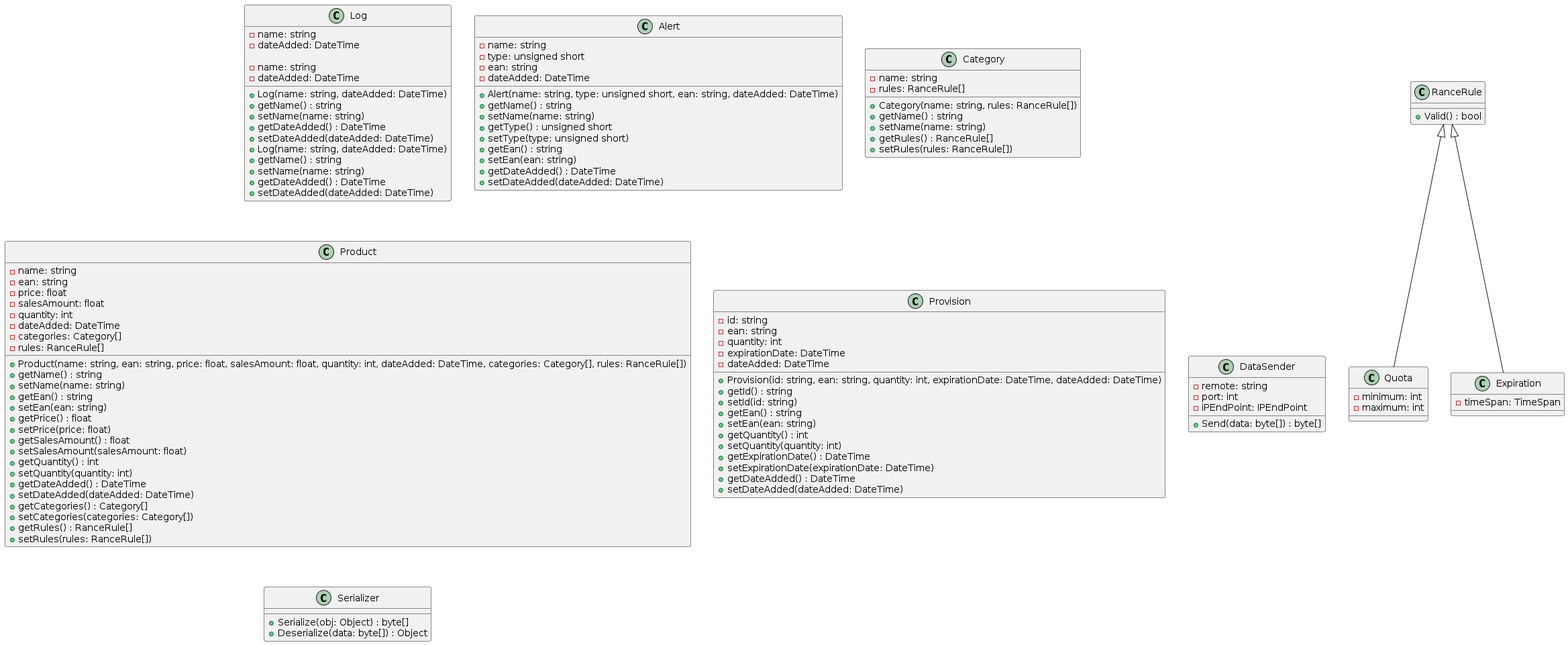
Maxime-Pages/RanceConnect keeps this PlantUML diagram as RanceConnect.png. Above is the earlier version. Its diagram source:
```plantuml
@startuml
class RanceRule {
    + Valid() : bool
}

class Quota {
    - minimum: int
    - maximum: int
}

class Expiration {
    - timeSpan: TimeSpan
}

class Log {
    - name: string
    - dateAdded: DateTime

    + Log(name: string, dateAdded: DateTime)
    + getName() : string
    + setName(name: string)
    + getDateAdded() : DateTime
    + setDateAdded(dateAdded: DateTime)
}

class Alert {
    - name: string
    - type: unsigned short
    - ean: string
    - dateAdded: DateTime

    + Alert(name: string, type: unsigned short, ean: string, dateAdded: DateTime)
    + getName() : string
    + setName(name: string)
    + getType() : unsigned short
    + setType(type: unsigned short)
    + getEan() : string
    + setEan(ean: string)
    + getDateAdded() : DateTime
    + setDateAdded(dateAdded: DateTime)
}

class Log {
    - name: string
    - dateAdded: DateTime

    + Log(name: string, dateAdded: DateTime)
    + getName() : string
    + setName(name: string)
    + getDateAdded() : DateTime
    + setDateAdded(dateAdded: DateTime)
}

class Category {
    - name: string
    - rules: RanceRule[]

    + Category(name: string, rules: RanceRule[])
    + getName() : string
    + setName(name: string)
    + getRules() : RanceRule[]
    + setRules(rules: RanceRule[])
}

class Product {
    - name: string
    - ean: string
    - price: float
    - salesAmount: float
    - quantity: int
    - dateAdded: DateTime
    - categories: Category[]
    - rules: RanceRule[]

    + Product(name: string, ean: string, price: float, salesAmount: float, quantity: int, dateAdded: DateTime, categories: Category[], rules: RanceRule[])
    + getName() : string
    + setName(name: string)
    + getEan() : string
    + setEan(ean: string)
    + getPrice() : float
    + setPrice(price: float)
    + getSalesAmount() : float
    + setSalesAmount(salesAmount: float)
    + getQuantity() : int
    + setQuantity(quantity: int)
    + getDateAdded() : DateTime
    + setDateAdded(dateAdded: DateTime)
    + getCategories() : Category[]
    + setCategories(categories: Category[])
    + getRules() : RanceRule[]
    + setRules(rules: RanceRule[])
}

class Provision {
    - id: string
    - ean: string
    - quantity: int
    - expirationDate: DateTime
    - dateAdded: DateTime

    + Provision(id: string, ean: string, quantity: int, expirationDate: DateTime, dateAdded: DateTime)
    + getId() : string
    + setId(id: string)
    + getEan() : string
    + setEan(ean: string)
    + getQuantity() : int
    + setQuantity(quantity: int)
    + getExpirationDate() : DateTime
    + setExpirationDate(expirationDate: DateTime)
    + getDateAdded() : DateTime
    + setDateAdded(dateAdded: DateTime)
}

class DataSender {
    - remote: string
    - port: int
    - iPEndPoint: IPEndPoint

    + Send(data: byte[]) : byte[]
}

class Serializer {
    + Serialize(obj: Object) : byte[]
    + Deserialize(data: byte[]) : Object
}

RanceRule <|-- Quota
RanceRule <|-- Expiration
@enduml
```
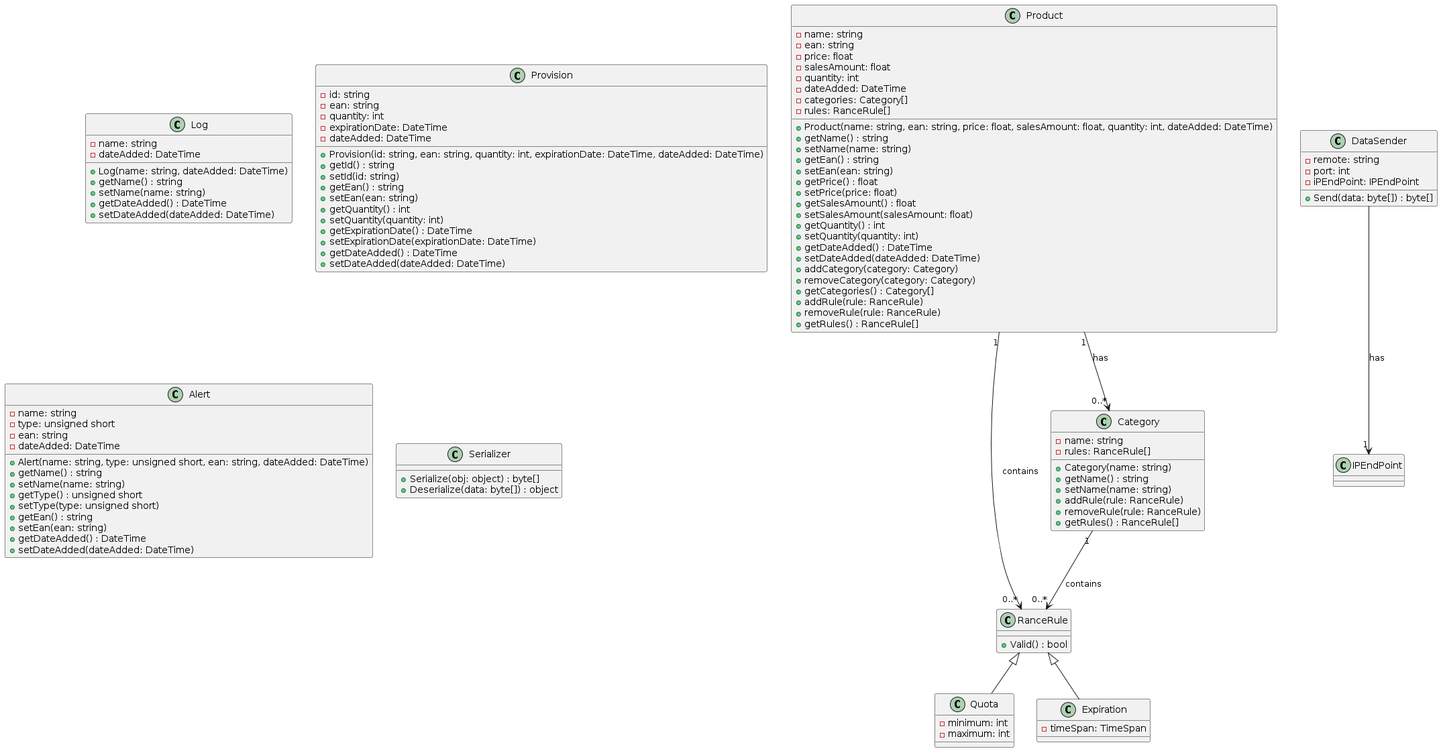
The same file after the commit.

The edit, as a diff of the source:
```diff
@@ -23,43 +23,16 @@
     + setDateAdded(dateAdded: DateTime)
 }
 
-class Alert {
-    - name: string
-    - type: unsigned short
-    - ean: string
-    - dateAdded: DateTime
-
-    + Alert(name: string, type: unsigned short, ean: string, dateAdded: DateTime)
-    + getName() : string
-    + setName(name: string)
-    + getType() : unsigned short
-    + setType(type: unsigned short)
-    + getEan() : string
-    + setEan(ean: string)
-    + getDateAdded() : DateTime
-    + setDateAdded(dateAdded: DateTime)
-}
-
-class Log {
-    - name: string
-    - dateAdded: DateTime
-
-    + Log(name: string, dateAdded: DateTime)
-    + getName() : string
-    + setName(name: string)
-    + getDateAdded() : DateTime
-    + setDateAdded(dateAdded: DateTime)
-}
-
 class Category {
     - name: string
     - rules: RanceRule[]
 
-    + Category(name: string, rules: RanceRule[])
+    + Category(name: string)
     + getName() : string
     + setName(name: string)
+    + addRule(rule: RanceRule)
+    + removeRule(rule: RanceRule)
     + getRules() : RanceRule[]
-    + setRules(rules: RanceRule[])
 }
 
 class Product {
@@ -72,7 +45,7 @@
     - categories: Category[]
     - rules: RanceRule[]
 
-    + Product(name: string, ean: string, price: float, salesAmount: float, quantity: int, dateAdded: DateTime, categories: Category[], rules: RanceRule[])
+    + Product(name: string, ean: string, price: float, salesAmount: float, quantity: int, dateAdded: DateTime)
     + getName() : string
     + setName(name: string)
     + getEan() : string
@@ -85,10 +58,12 @@
     + setQuantity(quantity: int)
     + getDateAdded() : DateTime
     + setDateAdded(dateAdded: DateTime)
+    + addCategory(category: Category)
+    + removeCategory(category: Category)
     + getCategories() : Category[]
-    + setCategories(categories: Category[])
+    + addRule(rule: RanceRule)
+    + removeRule(rule: RanceRule)
     + getRules() : RanceRule[]
-    + setRules(rules: RanceRule[])
 }
 
 class Provision {
@@ -111,6 +86,23 @@
     + setDateAdded(dateAdded: DateTime)
 }
 
+class Alert {
+    - name: string
+    - type: unsigned short
+    - ean: string
+    - dateAdded: DateTime
+
+    + Alert(name: string, type: unsigned short, ean: string, dateAdded: DateTime)
+    + getName() : string
+    + setName(name: string)
+    + getType() : unsigned short
+    + setType(type: unsigned short)
+    + getEan() : string
+    + setEan(ean: string)
+    + getDateAdded() : DateTime
+    + setDateAdded(dateAdded: DateTime)
+}
+
 class DataSender {
     - remote: string
     - port: int
@@ -120,10 +112,15 @@
 }
 
 class Serializer {
-    + Serialize(obj: Object) : byte[]
-    + Deserialize(data: byte[]) : Object
+    + Serialize(obj: object) : byte[]
+    + Deserialize(data: byte[]) : object
 }
 
 RanceRule <|-- Quota
 RanceRule <|-- Expiration
+DataSender --> "1" IPEndPoint : has
+
+Category "1" --> "0..*" RanceRule : contains
+Product "1" --> "0..*" RanceRule : contains
+Product "1" --> "0..*" Category : has
 @enduml
```
